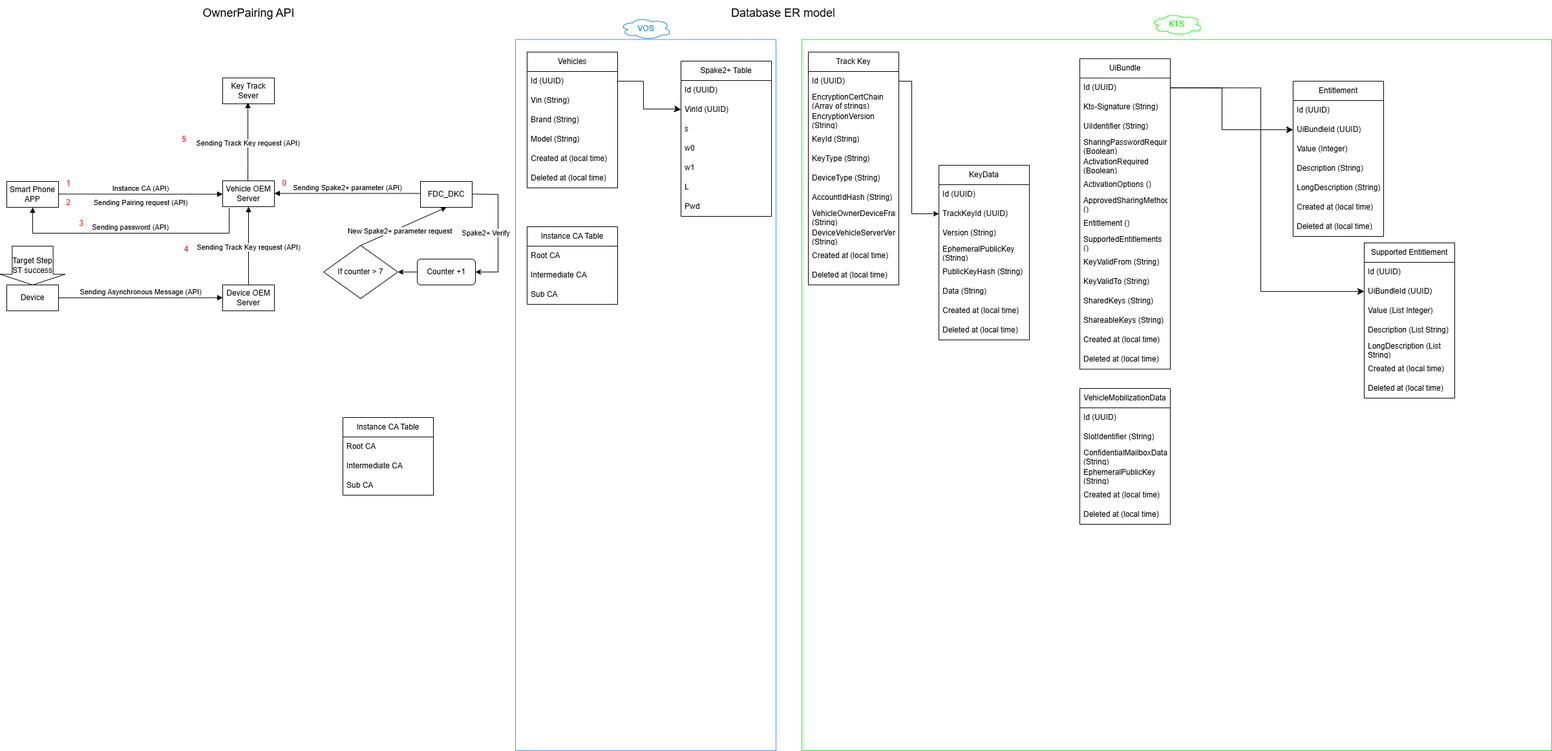
Above: IoVOwnerPairingAPI.drawio.png in LaurenHsu31/DKC (draw.io), before the change. Source tidied: cells renumbered, new cells last; positions are measured from the earlier drawing's top-left corner, leaving out a move shared by most shapes.
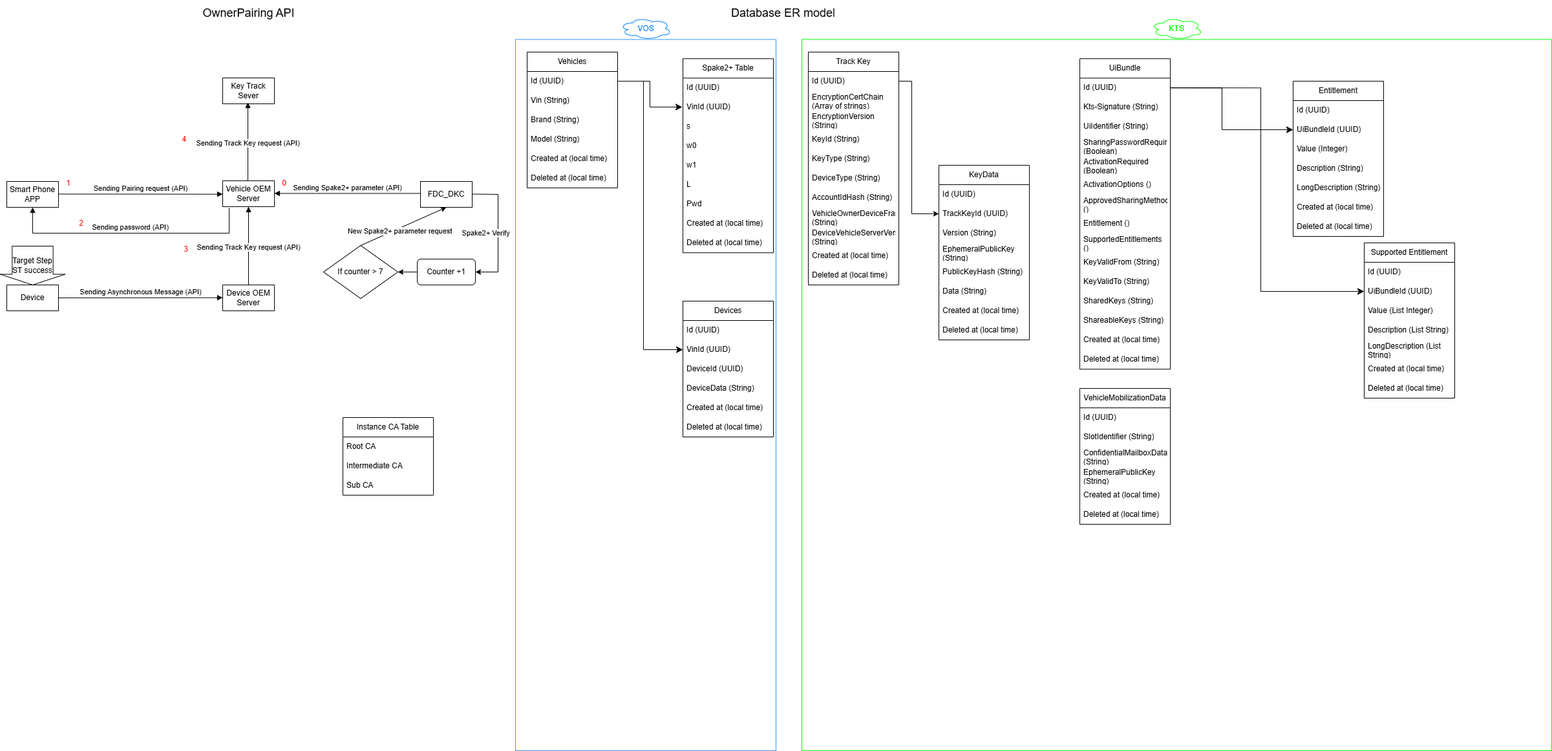
Above is the later version.

Diff of the diagram source:
```diff
@@ -34,7 +34,7 @@
         </Array>
       </mxGeometry>
     </mxCell>
-    <mxCell id="11" value="Instance CA (API)" style="html=1;verticalAlign=bottom;endArrow=block;edgeStyle=elbowEdgeStyle;elbow=vertical;curved=0;rounded=0;entryX=0;entryY=0.5;entryDx=0;entryDy=0;" parent="1" edge="1" target="3">
+    <mxCell id="11" value="Sending Pairing request (API)" style="html=1;verticalAlign=bottom;endArrow=block;edgeStyle=elbowEdgeStyle;elbow=vertical;curved=0;rounded=0;entryX=0;entryY=0.5;entryDx=0;entryDy=0;" parent="1" edge="1" target="3">
       <mxGeometry relative="1" as="geometry">
         <mxPoint x="90" y="299.5" as="sourcePoint" />
       </mxGeometry>
@@ -63,18 +63,12 @@
     <mxCell id="16" value="&lt;font style=&quot;color: rgb(255, 0, 0);&quot;&gt;1&lt;/font&gt;" style="text;html=1;align=center;verticalAlign=middle;strokeColor=none;fillColor=none;" parent="1" vertex="1">
       <mxGeometry x="90" y="268" width="30" height="30" as="geometry" />
     </mxCell>
-    <mxCell id="17" value="&lt;font color=&quot;#ff0000&quot;&gt;4&lt;/font&gt;" style="text;html=1;align=center;verticalAlign=middle;strokeColor=none;fillColor=none;" parent="1" vertex="1">
+    <mxCell id="17" value="&lt;font color=&quot;#ff0000&quot;&gt;3&lt;/font&gt;" style="text;html=1;align=center;verticalAlign=middle;strokeColor=none;fillColor=none;" parent="1" vertex="1">
       <mxGeometry x="272" y="370" width="30" height="30" as="geometry" />
     </mxCell>
-    <mxCell id="18" value="&lt;font color=&quot;#ff0000&quot;&gt;5&lt;/font&gt;" style="text;html=1;align=center;verticalAlign=middle;strokeColor=none;fillColor=none;" parent="1" vertex="1">
+    <mxCell id="18" value="&lt;font color=&quot;#ff0000&quot;&gt;4&lt;/font&gt;" style="text;html=1;align=center;verticalAlign=middle;strokeColor=none;fillColor=none;" parent="1" vertex="1">
       <mxGeometry x="269" y="200" width="30" height="30" as="geometry" />
     </mxCell>
-    <mxCell id="19" value="&lt;span style=&quot;font-size: 11px; background-color: rgb(255, 255, 255);&quot;&gt;Sending Pairing request (API)&lt;/span&gt;" style="text;html=1;align=center;verticalAlign=middle;strokeColor=none;fillColor=none;" parent="1" vertex="1">
-      <mxGeometry x="132" y="298" width="170" height="30" as="geometry" />
-    </mxCell>
-    <mxCell id="20" value="&lt;font style=&quot;color: rgb(255, 0, 0);&quot;&gt;2&lt;/font&gt;&lt;span style=&quot;color: rgba(0, 0, 0, 0); font-family: monospace; font-size: 0px; text-align: start;&quot;&gt;%3CmxGraphModel%3E%3Croot%3E%3CmxCell%20id%3D%220%22%2F%3E%3CmxCell%20id%3D%221%22%20parent%3D%220%22%2F%3E%3CmxCell%20id%3D%222%22%20value%3D%22%26lt%3Bfont%20style%3D%26quot%3Bcolor%3A%20rgb(255%2C%200%2C%200)%3B%26quot%3B%26gt%3B1%26lt%3B%2Ffont%26gt%3B%22%20style%3D%22text%3Bhtml%3D1%3Balign%3Dcenter%3BverticalAlign%3Dmiddle%3Bresizable%3D0%3Bpoints%3D%5B%5D%3Bautosize%3D1%3BstrokeColor%3Dnone%3BfillColor%3Dnone%3B%22%20vertex%3D%221%22%20parent%3D%221%22%3E%3CmxGeometry%20x%3D%22454%22%20y%3D%22260%22%20width%3D%2230%22%20height%3D%2230%22%20as%3D%22geometry%22%2F%3E%3C%2FmxCell%3E%3C%2Froot%3E%3C%2FmxGraphModel%3E&lt;/span&gt;" style="text;html=1;align=center;verticalAlign=middle;strokeColor=none;fillColor=none;" parent="1" vertex="1">
-      <mxGeometry x="90" y="298" width="30" height="30" as="geometry" />
-    </mxCell>
     <mxCell id="21" value="Sending password (API)" style="html=1;verticalAlign=bottom;endArrow=block;edgeStyle=elbowEdgeStyle;elbow=vertical;curved=0;rounded=0;" parent="1" edge="1">
       <mxGeometry relative="1" as="geometry">
         <mxPoint x="354" y="321" as="sourcePoint" />
@@ -84,11 +78,11 @@
         </Array>
       </mxGeometry>
     </mxCell>
-    <mxCell id="22" value="&lt;font color=&quot;#ff0000&quot;&gt;3&lt;/font&gt;" style="text;html=1;align=center;verticalAlign=middle;strokeColor=none;fillColor=none;" parent="1" vertex="1">
+    <mxCell id="22" value="&lt;font color=&quot;#ff0000&quot;&gt;2&lt;/font&gt;" style="text;html=1;align=center;verticalAlign=middle;strokeColor=none;fillColor=none;" parent="1" vertex="1">
       <mxGeometry x="110" y="330" width="30" height="30" as="geometry" />
     </mxCell>
     <mxCell id="23" value="Spake2+ Table" style="swimlane;fontStyle=0;horizontal=1;startSize=30;whiteSpace=wrap;html=1;" parent="1" vertex="1">
-      <mxGeometry x="1053" y="94" width="140" height="240" as="geometry" />
+      <mxGeometry x="1056" y="90.2" width="140" height="300" as="geometry" />
     </mxCell>
     <mxCell id="24" value="Id (UUID)" style="text;strokeColor=none;fillColor=none;align=left;verticalAlign=middle;spacingLeft=4;spacingRight=4;overflow=hidden;whiteSpace=wrap;html=1;" parent="23" vertex="1">
       <mxGeometry y="30" width="140" height="30" as="geometry" />
@@ -111,18 +105,12 @@
     <mxCell id="30" value="Pwd" style="text;strokeColor=none;fillColor=none;align=left;verticalAlign=middle;spacingLeft=4;spacingRight=4;overflow=hidden;whiteSpace=wrap;html=1;" parent="23" vertex="1">
       <mxGeometry y="210" width="140" height="30" as="geometry" />
     </mxCell>
-    <mxCell id="31" value="Instance CA Table" style="swimlane;fontStyle=0;horizontal=1;startSize=30;whiteSpace=wrap;html=1;" parent="1" vertex="1">
-      <mxGeometry x="815" y="350" width="140" height="120" as="geometry" />
-    </mxCell>
-    <mxCell id="32" value="Root CA" style="text;strokeColor=none;fillColor=none;align=left;verticalAlign=middle;spacingLeft=4;spacingRight=4;overflow=hidden;whiteSpace=wrap;html=1;" parent="31" vertex="1">
-      <mxGeometry y="30" width="140" height="30" as="geometry" />
-    </mxCell>
-    <mxCell id="33" value="Intermediate CA" style="text;strokeColor=none;fillColor=none;align=left;verticalAlign=middle;spacingLeft=4;spacingRight=4;overflow=hidden;whiteSpace=wrap;html=1;" parent="31" vertex="1">
-      <mxGeometry y="60" width="140" height="30" as="geometry" />
-    </mxCell>
-    <mxCell id="34" value="Sub CA" style="text;strokeColor=none;fillColor=none;align=left;verticalAlign=middle;spacingLeft=4;spacingRight=4;overflow=hidden;whiteSpace=wrap;html=1;" parent="31" vertex="1">
-      <mxGeometry y="90" width="140" height="30" as="geometry" />
-    </mxCell>
+    <mxCell id="122" value="Created at (local time)" style="text;strokeColor=none;fillColor=none;align=left;verticalAlign=middle;spacingLeft=4;spacingRight=4;overflow=hidden;whiteSpace=wrap;html=1;" parent="23" vertex="1">
+      <mxGeometry y="240" width="140" height="30" as="geometry" />
+    </mxCell>
+    <mxCell id="123" value="Deleted at (local time)" style="text;strokeColor=none;fillColor=none;align=left;verticalAlign=middle;spacingLeft=4;spacingRight=4;overflow=hidden;whiteSpace=wrap;html=1;" parent="23" vertex="1">
+      <mxGeometry y="270" width="140" height="30" as="geometry" />
+    </mxCell>
     <mxCell id="35" style="rounded=0;whiteSpace=wrap;html=1;fillColor=none;strokeColor=#3399FF;" parent="1" vertex="1">
       <mxGeometry x="797" y="60.5" width="403" height="1099.5" as="geometry" />
     </mxCell>
@@ -133,7 +121,7 @@
       <mxGeometry x="1240" y="60.5" width="1160" height="1099.5" as="geometry" />
     </mxCell>
     <mxCell id="38" value="&lt;font style=&quot;color: rgb(0, 255, 0);&quot;&gt;KTS&lt;/font&gt;" style="ellipse;shape=cloud;whiteSpace=wrap;html=1;strokeColor=#00FF00;" parent="1" vertex="1">
-      <mxGeometry x="1780" y="20" width="80" height="34" as="geometry" />
+      <mxGeometry x="1780" y="26.5" width="80" height="34" as="geometry" />
     </mxCell>
     <mxCell id="39" value="Vehicles" style="swimlane;fontStyle=0;horizontal=1;startSize=30;whiteSpace=wrap;html=1;" parent="1" vertex="1">
       <mxGeometry x="815" y="80" width="140" height="210" as="geometry" />
@@ -413,14 +401,44 @@
         </Array>
       </mxGeometry>
     </mxCell>
-    <mxCell id="121" style="edgeStyle=segmentEdgeStyle;endArrow=classic;html=1;curved=0;rounded=0;endSize=8;startSize=8;sourcePerimeterSpacing=0;targetPerimeterSpacing=0;exitX=1;exitY=0.5;exitDx=0;exitDy=0;entryX=0;entryY=0.5;entryDx=0;entryDy=0;" parent="1" edge="1" source="40" target="25">
+    <mxCell id="121" style="edgeStyle=segmentEdgeStyle;endArrow=classic;html=1;curved=0;rounded=0;endSize=8;startSize=8;sourcePerimeterSpacing=0;targetPerimeterSpacing=0;exitX=1;exitY=0.5;exitDx=0;exitDy=0;entryX=0;entryY=0.5;entryDx=0;entryDy=0;" parent="1" edge="1" source="40" target="126">
       <mxGeometry relative="1" as="geometry">
         <Array as="points">
           <mxPoint x="995" y="125" />
-          <mxPoint x="995" y="168" />
-          <mxPoint x="1045" y="168" />
+          <mxPoint x="995" y="540" />
+          <mxPoint x="1056" y="540" />
         </Array>
       </mxGeometry>
     </mxCell>
+    <mxCell id="124" value="Devices" style="swimlane;fontStyle=0;horizontal=1;startSize=30;whiteSpace=wrap;html=1;" parent="1" vertex="1">
+      <mxGeometry x="1056" y="465" width="140" height="210" as="geometry" />
+    </mxCell>
+    <mxCell id="125" value="Id (UUID)" style="text;strokeColor=none;fillColor=none;align=left;verticalAlign=middle;spacingLeft=4;spacingRight=4;overflow=hidden;whiteSpace=wrap;html=1;" parent="124" vertex="1">
+      <mxGeometry y="30" width="140" height="30" as="geometry" />
+    </mxCell>
+    <mxCell id="126" value="VinId (UUID)" style="text;strokeColor=none;fillColor=none;align=left;verticalAlign=middle;spacingLeft=4;spacingRight=4;overflow=hidden;points=[[0,0.5],[1,0.5]];portConstraint=eastwest;whiteSpace=wrap;html=1;" parent="124" vertex="1">
+      <mxGeometry y="60" width="140" height="30" as="geometry" />
+    </mxCell>
+    <mxCell id="127" value="DeviceId (UUID)" style="text;strokeColor=none;fillColor=none;align=left;verticalAlign=middle;spacingLeft=4;spacingRight=4;overflow=hidden;whiteSpace=wrap;html=1;" parent="124" vertex="1">
+      <mxGeometry y="90" width="140" height="30" as="geometry" />
+    </mxCell>
+    <mxCell id="128" value="DeviceData (String)" style="text;strokeColor=none;fillColor=none;align=left;verticalAlign=middle;spacingLeft=4;spacingRight=4;overflow=hidden;whiteSpace=wrap;html=1;" parent="124" vertex="1">
+      <mxGeometry y="120" width="140" height="30" as="geometry" />
+    </mxCell>
+    <mxCell id="129" value="Created at (local time)" style="text;strokeColor=none;fillColor=none;align=left;verticalAlign=middle;spacingLeft=4;spacingRight=4;overflow=hidden;whiteSpace=wrap;html=1;" parent="124" vertex="1">
+      <mxGeometry y="150" width="140" height="30" as="geometry" />
+    </mxCell>
+    <mxCell id="130" value="Deleted at (local time)" style="text;strokeColor=none;fillColor=none;align=left;verticalAlign=middle;spacingLeft=4;spacingRight=4;overflow=hidden;whiteSpace=wrap;html=1;" parent="124" vertex="1">
+      <mxGeometry y="180" width="140" height="30" as="geometry" />
+    </mxCell>
+    <mxCell id="131" style="edgeStyle=segmentEdgeStyle;endArrow=classic;html=1;curved=0;rounded=0;endSize=8;startSize=8;sourcePerimeterSpacing=0;targetPerimeterSpacing=0;" parent="1" edge="1">
+      <mxGeometry relative="1" as="geometry">
+        <mxPoint x="955" y="125" as="sourcePoint" />
+        <mxPoint x="1055" y="165" as="targetPoint" />
+        <Array as="points">
+          <mxPoint x="1005" y="165" />
+        </Array>
+      </mxGeometry>
+    </mxCell>
   </root>
 </mxGraphModel>
```
